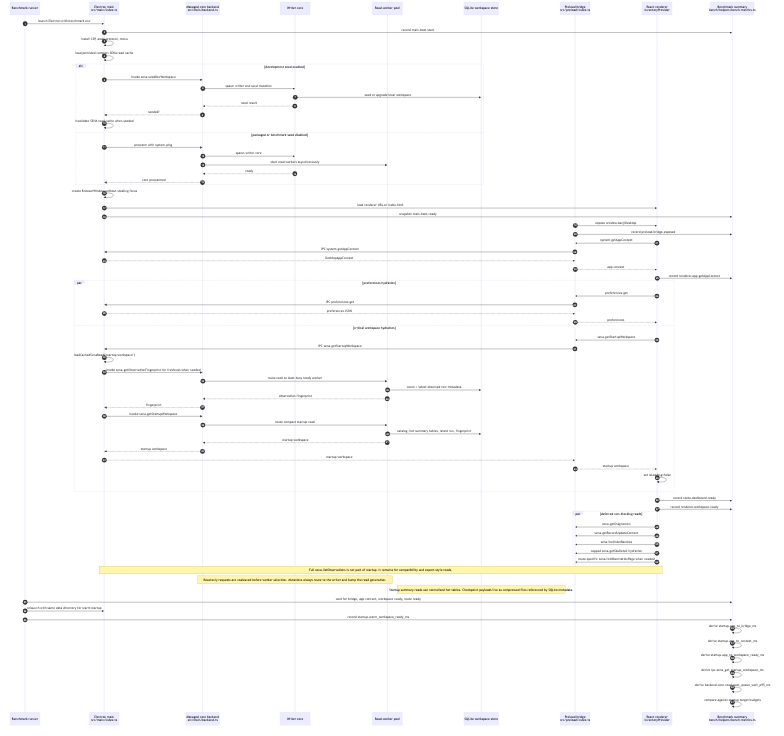
Above: docs/development/startup-architecture.png in Svanny/kaur-khor (Mermaid), before the change. Its source is kept beside it as docs/development/startup-architecture.mmd.
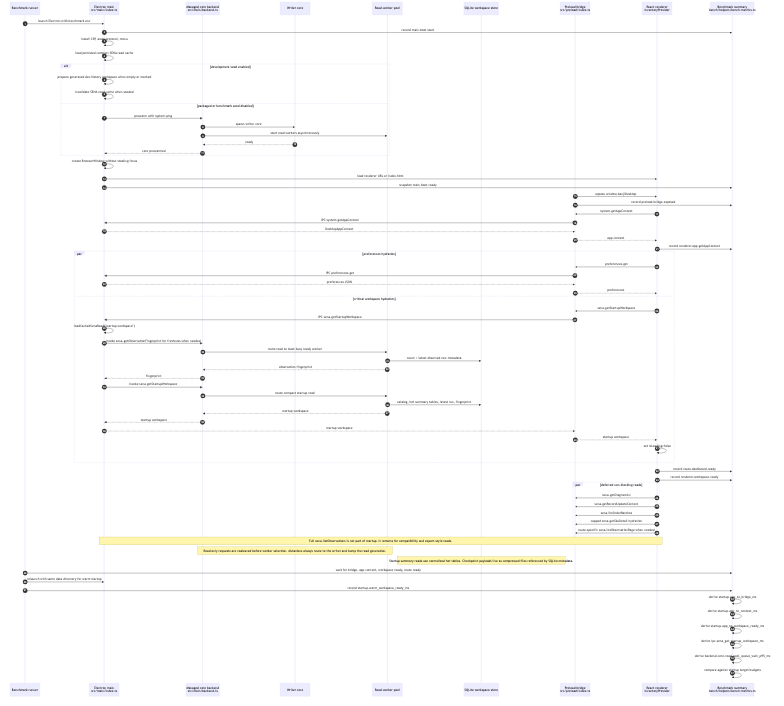
After the change.

The edit, as a diff of the source:
```diff
@@ -16,11 +16,7 @@
   Main->>Main: load persisted compact SENA read cache
 
   alt development seed enabled
-    Main->>Backend: invoke sena.seedDevWorkspace
-    Backend->>Writer: spawn writer and send mutation
-    Writer->>Store: seed or upgrade local workspace
-    Writer-->>Backend: seed result
-    Backend-->>Main: seeded?
+    Main->>Main: prepare generated dev-history workspace when empty or marked
     Main->>Main: invalidate SENA read cache when seeded
   else packaged or benchmark seed disabled
     Main->>Backend: prewarm with system.ping
```
